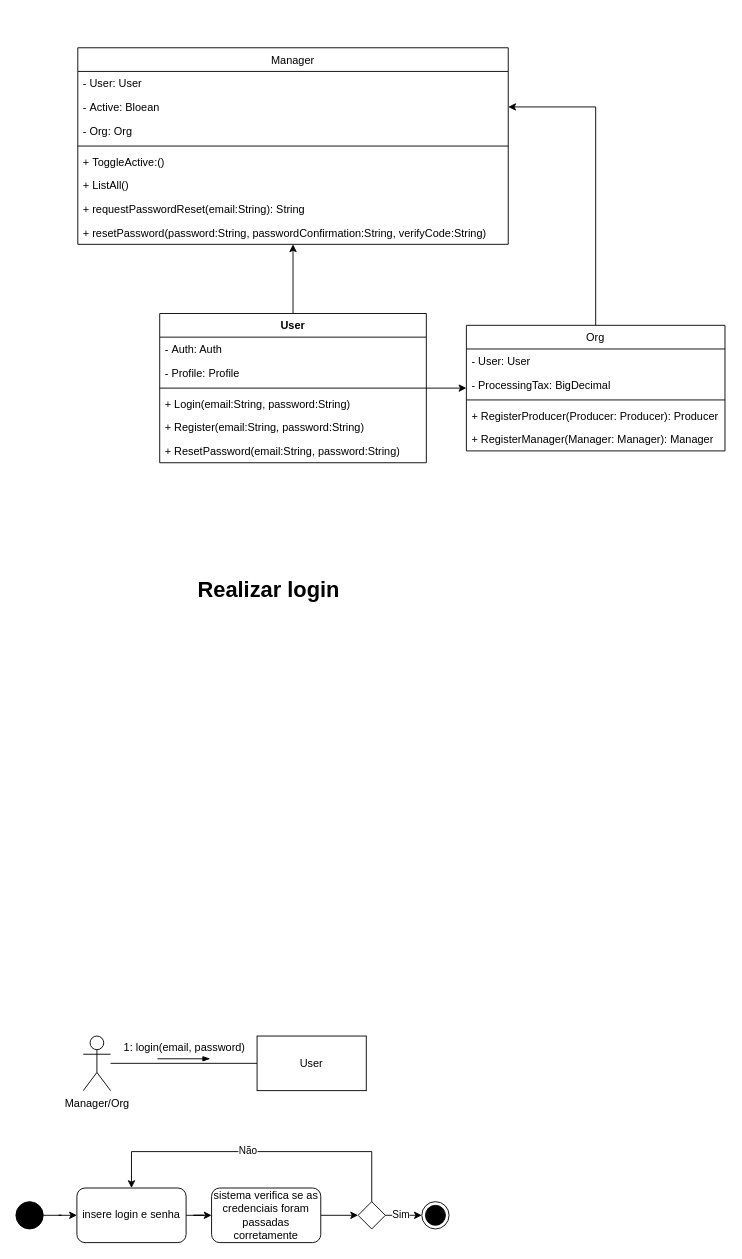
karolineSaraiva/Atividade-POO keeps this draw.io diagram as login.drawio. Above is the earlier version. Source tidied: cells renumbered, new cells numbered last; positions are measured from the earlier drawing's top-left corner, leaving out a move shared by most shapes. Both pictures are drawn from the tidied source at 91%, with x=0, y=0 at pixel (15, 47).
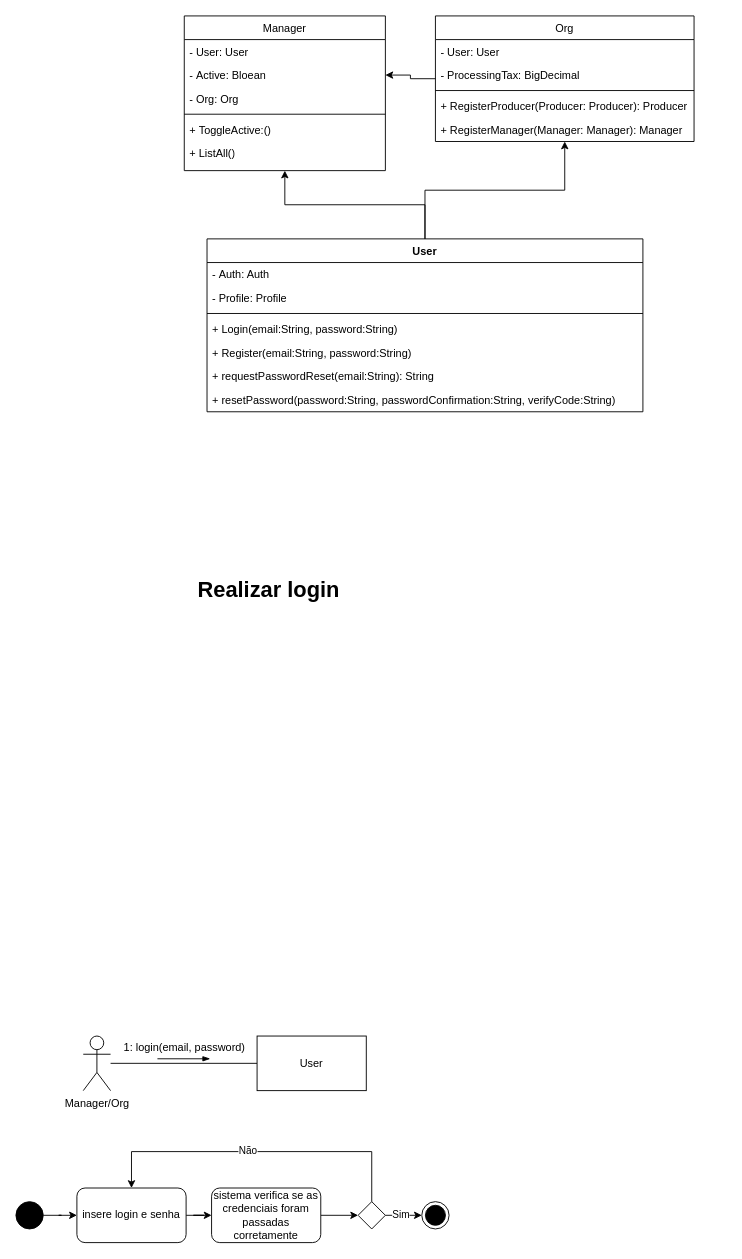
The same diagram, later.

The edit, as a diff of the source:
```diff
@@
     <mxCell id="21" value="Org" style="swimlane;fontStyle=0;align=center;verticalAlign=top;horizontal=1;startSize=26;rounded=0;shadow=0;strokeWidth=1;" parent="1" vertex="1">
-      <mxGeometry x="495" y="305" width="284.2" height="138" as="geometry" />
+      <mxGeometry x="461" y="-35" width="284.2" height="138" as="geometry" />
     </mxCell>
@@
     <mxCell id="29" value="User" style="swimlane;fontStyle=1;align=center;verticalAlign=top;horizontal=1;startSize=26;whiteSpace=wrap;html=1;labelBackgroundColor=none;" parent="1" vertex="1">
-      <mxGeometry x="158" y="292" width="293" height="164" as="geometry" />
+      <mxGeometry x="210" y="210" width="479" height="190" as="geometry" />
     </mxCell>
     <mxCell id="30" value="-&amp;nbsp;Auth: Auth" style="text;strokeColor=none;fillColor=none;align=left;verticalAlign=top;spacingLeft=4;spacingRight=4;overflow=hidden;whiteSpace=wrap;html=1;labelBackgroundColor=none;" parent="29" vertex="1">
-      <mxGeometry y="26" width="293" height="26" as="geometry" />
+      <mxGeometry y="26" width="479" height="26" as="geometry" />
     </mxCell>
     <mxCell id="31" value="-&amp;nbsp;Profile: Profile" style="text;strokeColor=none;fillColor=none;align=left;verticalAlign=top;spacingLeft=4;spacingRight=4;overflow=hidden;whiteSpace=wrap;html=1;labelBackgroundColor=none;" parent="29" vertex="1">
-      <mxGeometry y="52" width="293" height="26" as="geometry" />
+      <mxGeometry y="52" width="479" height="26" as="geometry" />
     </mxCell>
-    <mxCell id="32" style="line;strokeWidth=1;fillColor=none;align=left;verticalAlign=middle;spacingTop=-1;spacingLeft=3;spacingRight=3;labelPosition=right;strokeColor=inherit;" parent="29" vertex="1">
-      <mxGeometry y="78" width="293" height="8" as="geometry" />
-    </mxCell>
+    <mxCell id="45" style="line;strokeWidth=1;fillColor=none;align=left;verticalAlign=middle;spacingTop=-1;spacingLeft=3;spacingRight=3;labelPosition=right;strokeColor=inherit;" parent="29" vertex="1">
+      <mxGeometry y="78" width="479" height="8" as="geometry" />
+    </mxCell>
     <mxCell id="33" value="+ Login(email:String, password:String)" style="text;strokeColor=none;fillColor=none;align=left;verticalAlign=top;spacingLeft=4;spacingRight=4;overflow=hidden;whiteSpace=wrap;html=1;" parent="29" vertex="1">
-      <mxGeometry y="86" width="293" height="26" as="geometry" />
+      <mxGeometry y="86" width="479" height="26" as="geometry" />
     </mxCell>
     <mxCell id="34" value="+ Register(email:String, password:String)" style="text;strokeColor=none;fillColor=none;align=left;verticalAlign=top;spacingLeft=4;spacingRight=4;overflow=hidden;whiteSpace=wrap;html=1;" parent="29" vertex="1">
-      <mxGeometry y="112" width="293" height="26" as="geometry" />
+      <mxGeometry y="112" width="479" height="26" as="geometry" />
     </mxCell>
-    <mxCell id="35" value="+&amp;nbsp;ResetPassword(email:String, password:String)" style="text;strokeColor=none;fillColor=none;align=left;verticalAlign=top;spacingLeft=4;spacingRight=4;overflow=hidden;whiteSpace=wrap;html=1;" parent="29" vertex="1">
-      <mxGeometry y="138" width="293" height="26" as="geometry" />
-    </mxCell>
+    <mxCell id="43" value="+ requestPasswordReset(email:String): String" style="text;strokeColor=none;fillColor=none;align=left;verticalAlign=top;spacingLeft=4;spacingRight=4;overflow=hidden;whiteSpace=wrap;html=1;" parent="29" vertex="1">
+      <mxGeometry y="138" width="479" height="26" as="geometry" />
+    </mxCell>
+    <mxCell id="44" value="+ resetPassword(password:String, passwordConfirmation:String, verifyCode:String)" style="text;strokeColor=none;fillColor=none;align=left;verticalAlign=top;spacingLeft=4;spacingRight=4;overflow=hidden;whiteSpace=wrap;html=1;" parent="29" vertex="1">
+      <mxGeometry y="164" width="479" height="26" as="geometry" />
+    </mxCell>
     <mxCell id="36" value="Manager" style="swimlane;fontStyle=0;align=center;verticalAlign=top;horizontal=1;startSize=26;rounded=0;shadow=0;strokeWidth=1;" parent="1" vertex="1">
-      <mxGeometry x="68" width="473" height="216" as="geometry" />
+      <mxGeometry x="185" y="-35" width="221" height="170" as="geometry" />
     </mxCell>
     <mxCell id="37" value="-&lt;span style=&quot;background-color: rgb(255, 255, 255);&quot;&gt;&amp;nbsp;User: User&lt;/span&gt;" style="text;strokeColor=none;fillColor=none;align=left;verticalAlign=top;spacingLeft=4;spacingRight=4;overflow=hidden;whiteSpace=wrap;html=1;" parent="36" vertex="1">
-      <mxGeometry y="26" width="473" height="26" as="geometry" />
+      <mxGeometry y="26" width="221" height="26" as="geometry" />
     </mxCell>
     <mxCell id="38" value="-&amp;nbsp;A&lt;span style=&quot;text-align: center; text-wrap: nowrap;&quot;&gt;ctive&lt;/span&gt;:&amp;nbsp;&lt;span style=&quot;text-align: center; text-wrap: nowrap;&quot;&gt;Bloean&lt;/span&gt;" style="text;strokeColor=none;fillColor=none;align=left;verticalAlign=top;spacingLeft=4;spacingRight=4;overflow=hidden;points=[[0,0.5],[1,0.5]];portConstraint=eastwest;whiteSpace=wrap;html=1;" parent="36" vertex="1">
-      <mxGeometry y="52" width="473" height="26" as="geometry" />
+      <mxGeometry y="52" width="221" height="26" as="geometry" />
     </mxCell>
     <mxCell id="39" value="-&amp;nbsp;Org: Org" style="text;strokeColor=none;fillColor=none;align=left;verticalAlign=top;spacingLeft=4;spacingRight=4;overflow=hidden;whiteSpace=wrap;html=1;" parent="36" vertex="1">
-      <mxGeometry y="78" width="473" height="26" as="geometry" />
+      <mxGeometry y="78" width="221" height="26" as="geometry" />
     </mxCell>
-    <mxCell id="40" style="line;strokeWidth=1;fillColor=none;align=left;verticalAlign=middle;spacingTop=-1;spacingLeft=3;spacingRight=3;labelPosition=right;strokeColor=inherit;" parent="36" vertex="1">
-      <mxGeometry y="104" width="473" height="8" as="geometry" />
-    </mxCell>
+    <mxCell id="46" style="line;strokeWidth=1;fillColor=none;align=left;verticalAlign=middle;spacingTop=-1;spacingLeft=3;spacingRight=3;labelPosition=right;strokeColor=inherit;" parent="36" vertex="1">
+      <mxGeometry y="104" width="221" height="8" as="geometry" />
+    </mxCell>
     <mxCell id="41" value="+&amp;nbsp;ToggleActive:()" style="text;strokeColor=none;fillColor=none;align=left;verticalAlign=top;spacingLeft=4;spacingRight=4;overflow=hidden;whiteSpace=wrap;html=1;" parent="36" vertex="1">
-      <mxGeometry y="112" width="473" height="26" as="geometry" />
+      <mxGeometry y="112" width="221" height="26" as="geometry" />
     </mxCell>
     <mxCell id="42" value="+ ListAll()" style="text;strokeColor=none;fillColor=none;align=left;verticalAlign=top;spacingLeft=4;spacingRight=4;overflow=hidden;whiteSpace=wrap;html=1;" parent="36" vertex="1">
-      <mxGeometry y="138" width="473" height="26" as="geometry" />
+      <mxGeometry y="138" width="221" height="26" as="geometry" />
     </mxCell>
-    <mxCell id="43" value="+ requestPasswordReset(email:String): String" style="text;strokeColor=none;fillColor=none;align=left;verticalAlign=top;spacingLeft=4;spacingRight=4;overflow=hidden;whiteSpace=wrap;html=1;" parent="36" vertex="1">
-      <mxGeometry y="164" width="473" height="26" as="geometry" />
-    </mxCell>
-    <mxCell id="44" value="+ resetPassword(password:String, passwordConfirmation:String, verifyCode:String)" style="text;strokeColor=none;fillColor=none;align=left;verticalAlign=top;spacingLeft=4;spacingRight=4;overflow=hidden;whiteSpace=wrap;html=1;" parent="36" vertex="1">
-      <mxGeometry y="190" width="473" height="26" as="geometry" />
-    </mxCell>
```
